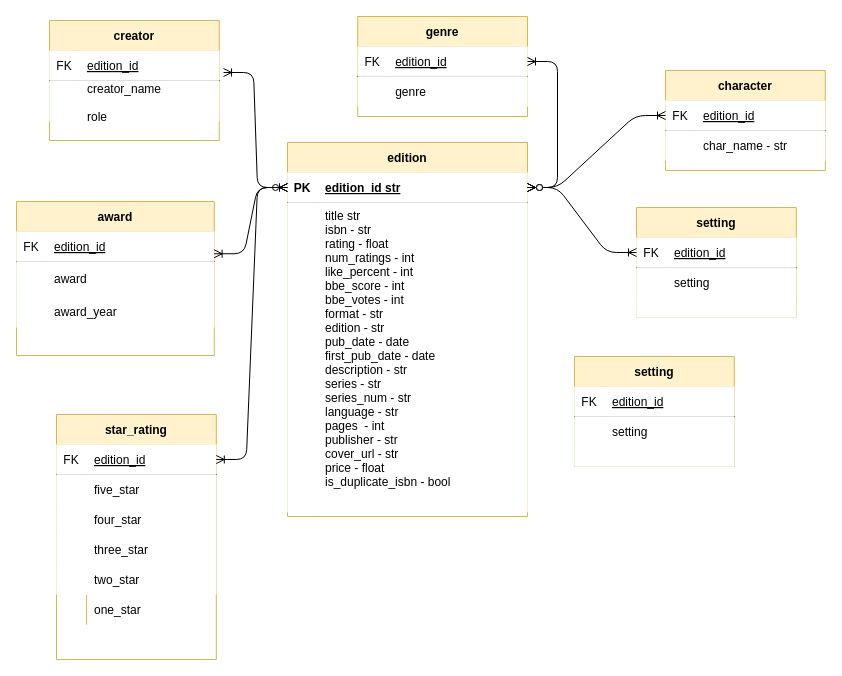
Earlier version of the draw.io diagram artifacts/books_db.drawio (codeslp/books_db). Source tidied: cells renumbered, new cells numbered last; positions are measured from the earlier drawing's top-left corner, leaving out a move shared by most shapes. Both pictures are drawn from the tidied source at 100%, with x=0, y=0 at pixel (16, 16).
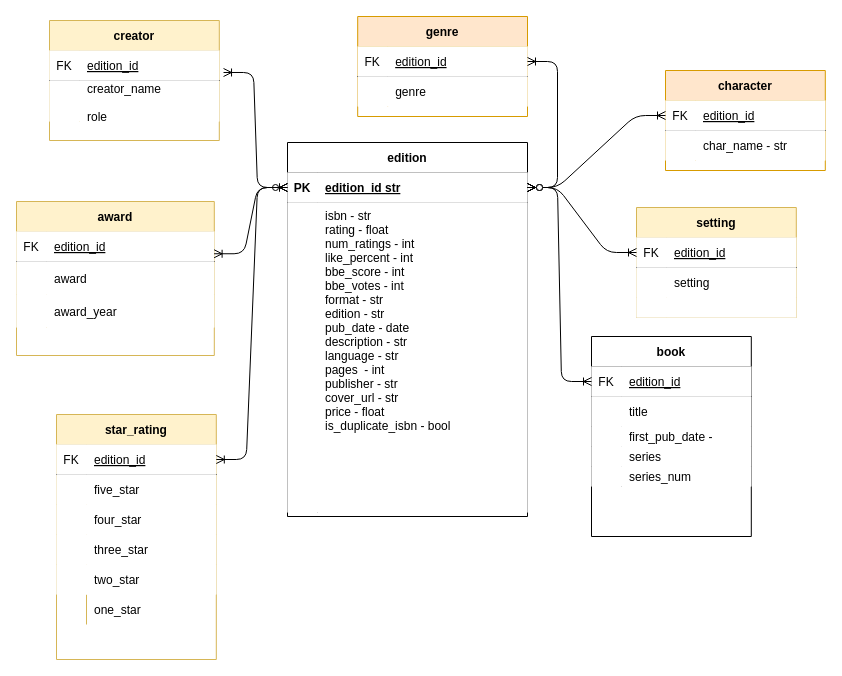
The same diagram, later.

Commit message:
added book table

Unchanged cells that the change refers to:
```xml
<mxCell id="4" style="shape=partialRectangle;points=[[0,0.5],[1,0.5]];portConstraint=eastwest;top=0;left=0;right=0;bottom=1;" parent="3" vertex="1">
  <mxGeometry y="30" width="240" height="30" as="geometry" />
</mxCell>
<mxCell id="7" style="shape=partialRectangle;top=0;left=0;right=0;bottom=0;" parent="3" vertex="1">
  <mxGeometry y="60" width="240" height="310" as="geometry" />
</mxCell>
<mxCell id="77" style="shape=partialRectangle;points=[[0,0.5],[1,0.5]];portConstraint=eastwest;top=0;left=0;right=0;bottom=1;" parent="76" vertex="1">
  <mxGeometry y="30" width="159.8" height="30" as="geometry" />
</mxCell>
<mxCell id="80" style="shape=partialRectangle;top=0;left=0;right=0;bottom=0;" parent="76" vertex="1">
  <mxGeometry y="60" width="159.8" height="30" as="geometry" />
</mxCell>
<mxCell id="83" style="shape=partialRectangle;top=0;left=0;right=0;bottom=0;" parent="76" vertex="1">
  <mxGeometry y="90" width="159.8" height="20" as="geometry" />
</mxCell>
```

Change to the diagram source:
```diff
@@
-    <mxCell id="3" value="edition" style="shape=table;startSize=30;childLayout=tableLayout;rowLines=0;fontStyle=1;align=center;fillColor=#fff2cc;strokeColor=#d6b656;" parent="1" vertex="1">
+    <mxCell id="3" value="edition" style="shape=table;startSize=30;childLayout=tableLayout;rowLines=0;fontStyle=1;align=center;" parent="1" vertex="1">
       <mxGeometry x="271" y="126" width="240" height="374" as="geometry" />
     </mxCell>
@@
-    <mxCell id="9" value="title str&#10;isbn - str&#10;rating - float&#10;num_ratings - int&#10;like_percent - int&#10;bbe_score - int&#10;bbe_votes - int&#10;format - str&#10;edition - str&#10;pub_date - date&#10;first_pub_date - date&#10;description - str&#10;series - str&#10;series_num - str&#10;language - str&#10;pages  - int&#10;publisher - str&#10;cover_url - str&#10;price - float&#10;is_duplicate_isbn - bool" style="shape=partialRectangle;overflow=hidden;top=0;left=0;bottom=0;right=0;align=left;spacingLeft=6;verticalAlign=top;" parent="7" vertex="1">
+    <mxCell id="9" value="isbn - str&#10;rating - float&#10;num_ratings - int&#10;like_percent - int&#10;bbe_score - int&#10;bbe_votes - int&#10;format - str&#10;edition - str&#10;pub_date - date&#10;description - str&#10;language - str&#10;pages  - int&#10;publisher - str&#10;cover_url - str&#10;price - float&#10;is_duplicate_isbn - bool" style="shape=partialRectangle;overflow=hidden;top=0;left=0;bottom=0;right=0;align=left;spacingLeft=6;verticalAlign=top;" parent="7" vertex="1">
       <mxGeometry x="30" width="210" height="310" as="geometry" />
     </mxCell>
@@
-    <mxCell id="17" value="genre" style="shape=table;startSize=30;childLayout=tableLayout;rowLines=0;fontStyle=1;align=center;fillColor=#fff2cc;strokeColor=#d6b656;" parent="1" vertex="1">
+    <mxCell id="17" value="genre" style="shape=table;startSize=30;childLayout=tableLayout;rowLines=0;fontStyle=1;align=center;fillColor=#ffe6cc;strokeColor=#d79b00;" parent="1" vertex="1">
       <mxGeometry x="341.2" width="169.8" height="100" as="geometry" />
     </mxCell>
@@
-    <mxCell id="24" value="character" style="shape=table;startSize=30;childLayout=tableLayout;rowLines=0;fontStyle=1;align=center;fillColor=#fff2cc;strokeColor=#d6b656;" parent="1" vertex="1">
+    <mxCell id="24" value="character" style="shape=table;startSize=30;childLayout=tableLayout;rowLines=0;fontStyle=1;align=center;fillColor=#ffe6cc;strokeColor=#d79b00;" parent="1" vertex="1">
       <mxGeometry x="649" y="54" width="159.8" height="100" as="geometry" />
     </mxCell>
@@
-    <mxCell id="76" value="setting" style="shape=table;startSize=30;childLayout=tableLayout;rowLines=0;fontStyle=1;align=center;fillColor=#fff2cc;strokeColor=#d6b656;" parent="1" vertex="1">
-      <mxGeometry x="558" y="340" width="159.8" height="110" as="geometry" />
+    <mxCell id="76" value="book" style="shape=table;startSize=30;childLayout=tableLayout;rowLines=0;fontStyle=1;align=center;" parent="1" vertex="1">
+      <mxGeometry x="575" y="320" width="159.8" height="200" as="geometry" />
     </mxCell>
@@
-    <mxCell id="82" value="setting" style="shape=partialRectangle;overflow=hidden;top=0;left=0;bottom=0;right=0;align=left;spacingLeft=6;" parent="80" vertex="1">
+    <mxCell id="82" value="title" style="shape=partialRectangle;overflow=hidden;top=0;left=0;bottom=0;right=0;align=left;spacingLeft=6;" parent="80" vertex="1">
       <mxGeometry x="30" width="129.8" height="30" as="geometry" />
     </mxCell>
@@
-    <mxCell id="85" style="shape=partialRectangle;overflow=hidden;top=0;left=0;bottom=0;right=0;align=left;spacingLeft=6;" parent="83" vertex="1">
+    <mxCell id="85" value="first_pub_date - " style="shape=partialRectangle;overflow=hidden;top=0;left=0;bottom=0;right=0;align=left;spacingLeft=6;" parent="83" vertex="1">
       <mxGeometry x="30" width="129.8" height="20" as="geometry" />
     </mxCell>
+    <mxCell id="86" style="shape=partialRectangle;top=0;left=0;right=0;bottom=0;" parent="76" vertex="1">
+      <mxGeometry y="110" width="159.8" height="20" as="geometry" />
+    </mxCell>
+    <mxCell id="87" style="shape=partialRectangle;overflow=hidden;top=0;left=0;bottom=0;right=0;" parent="86" vertex="1">
+      <mxGeometry width="30" height="20" as="geometry" />
+    </mxCell>
+    <mxCell id="88" value="series" style="shape=partialRectangle;overflow=hidden;top=0;left=0;bottom=0;right=0;align=left;spacingLeft=6;" parent="86" vertex="1">
+      <mxGeometry x="30" width="129.8" height="20" as="geometry" />
+    </mxCell>
+    <mxCell id="89" style="shape=partialRectangle;top=0;left=0;right=0;bottom=0;" parent="76" vertex="1">
+      <mxGeometry y="130" width="159.8" height="20" as="geometry" />
+    </mxCell>
+    <mxCell id="90" style="shape=partialRectangle;overflow=hidden;top=0;left=0;bottom=0;right=0;" parent="89" vertex="1">
+      <mxGeometry width="30" height="20" as="geometry" />
+    </mxCell>
+    <mxCell id="91" value="series_num" style="shape=partialRectangle;overflow=hidden;top=0;left=0;bottom=0;right=0;align=left;spacingLeft=6;" parent="89" vertex="1">
+      <mxGeometry x="30" width="129.8" height="20" as="geometry" />
+    </mxCell>
+    <mxCell id="92" style="edgeStyle=entityRelationEdgeStyle;endArrow=ERzeroToMany;startArrow=ERoneToMany;endFill=1;startFill=0;entryX=1;entryY=0.5;entryDx=0;entryDy=0;exitX=0;exitY=0.5;exitDx=0;exitDy=0;" parent="1" edge="1" source="77" target="4">
+      <mxGeometry relative="1" as="geometry" />
+    </mxCell>
```
